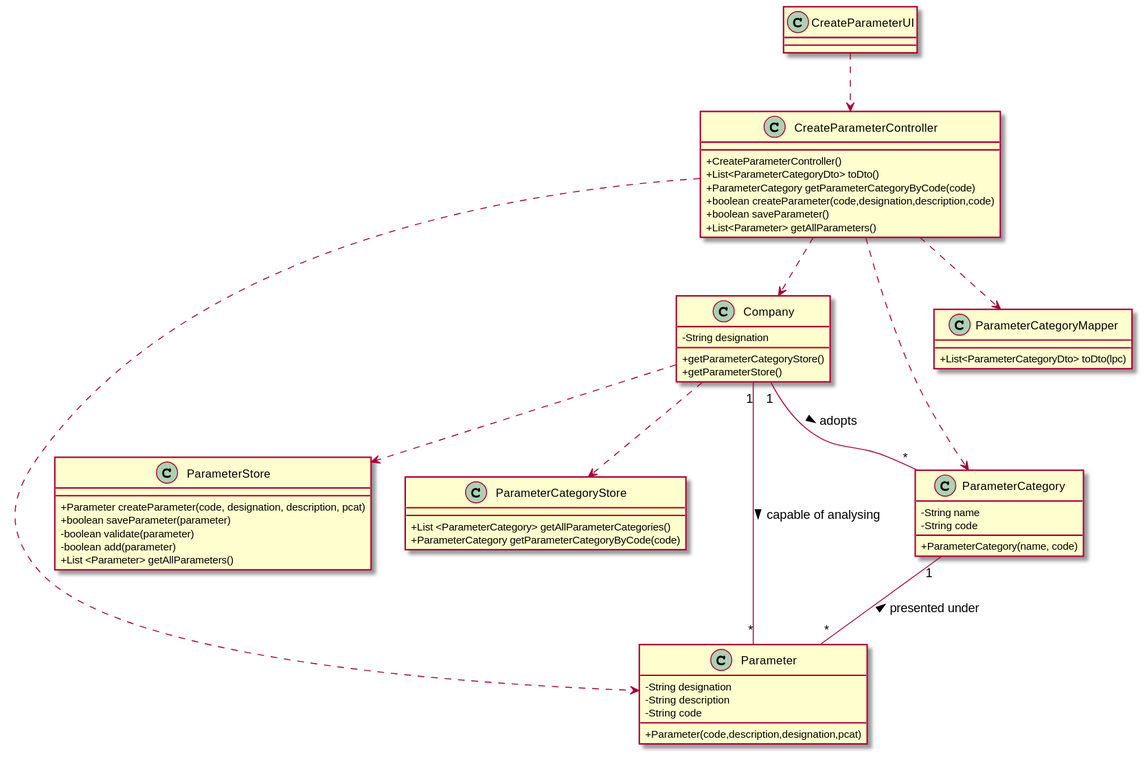
Before: docs/SprintB/US10/US10-CD.svg, a diagram exported from PlantUML (0franciscor/lei-21-s2-1de-g19).
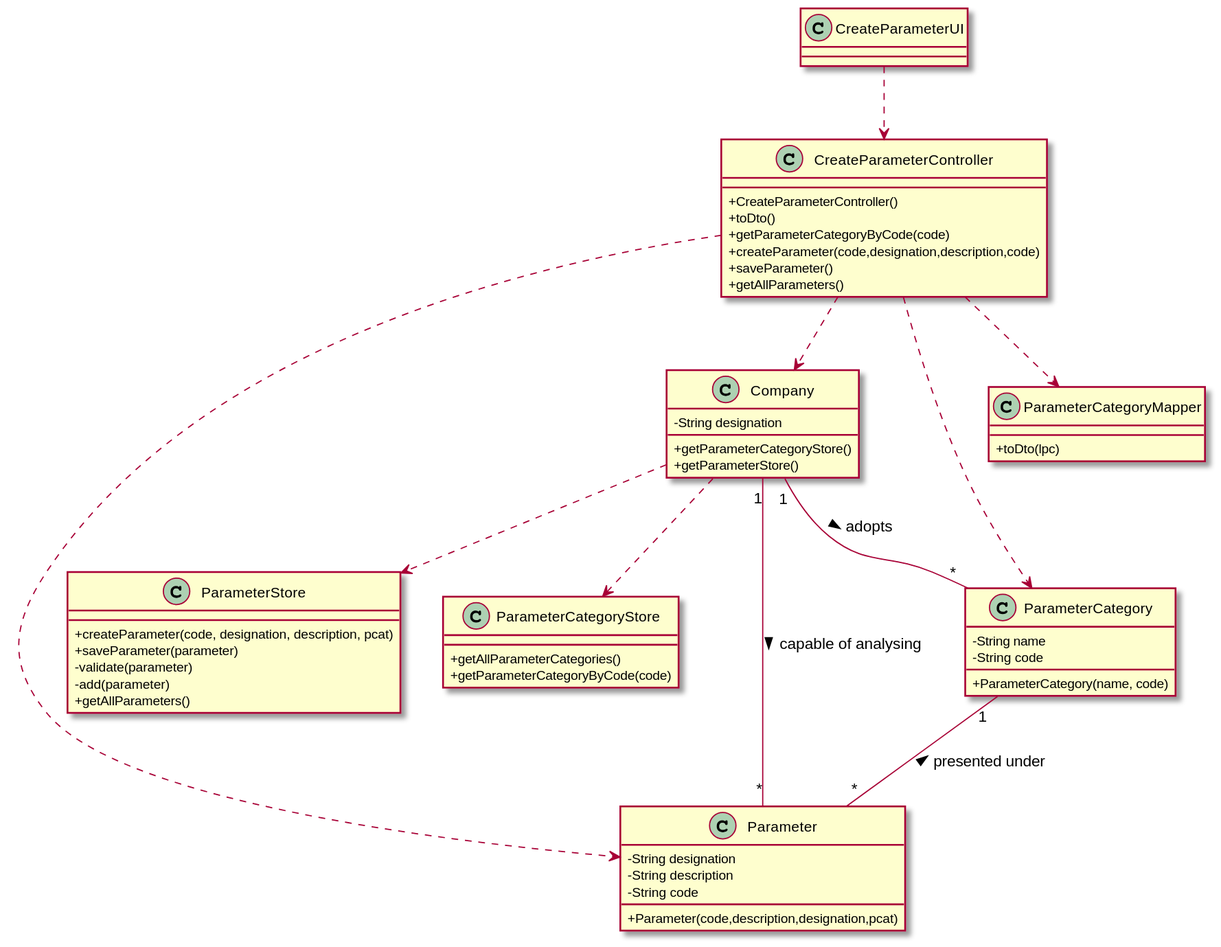
After the commit.

Diff of the diagram source:
```diff
@@ -3,16 +3,16 @@
 
 
 class ParameterStore{
-  +Parameter createParameter(code, designation, description, pcat)
-  +boolean saveParameter(parameter)
-  -boolean validate(parameter)
-  -boolean add(parameter)
-  +List <Parameter> getAllParameters()
+  +createParameter(code, designation, description, pcat)
+  +saveParameter(parameter)
+  -validate(parameter)
+  -add(parameter)
+  +getAllParameters()
 }
 
 class ParameterCategoryStore{
-  +List <ParameterCategory> getAllParameterCategories()
-  +ParameterCategory getParameterCategoryByCode(code)
+  +getAllParameterCategories()
+  +getParameterCategoryByCode(code)
 }
 
 
@@ -38,17 +38,17 @@
 
 
 class ParameterCategoryMapper{
-  +List<ParameterCategoryDto> toDto(lpc)
+  +toDto(lpc)
 }
 
 
 class CreateParameterController {
   +CreateParameterController()
-  +List<ParameterCategoryDto> toDto()
-  +ParameterCategory getParameterCategoryByCode(code)
-  +boolean createParameter(code,designation,description,code)
-  +boolean saveParameter()
-  +List<Parameter> getAllParameters()
+  +toDto()
+  +getParameterCategoryByCode(code)
+  +createParameter(code,designation,description,code)
+  +saveParameter()
+  +getAllParameters()
 }
 
 class CreateParameterUI {
```
